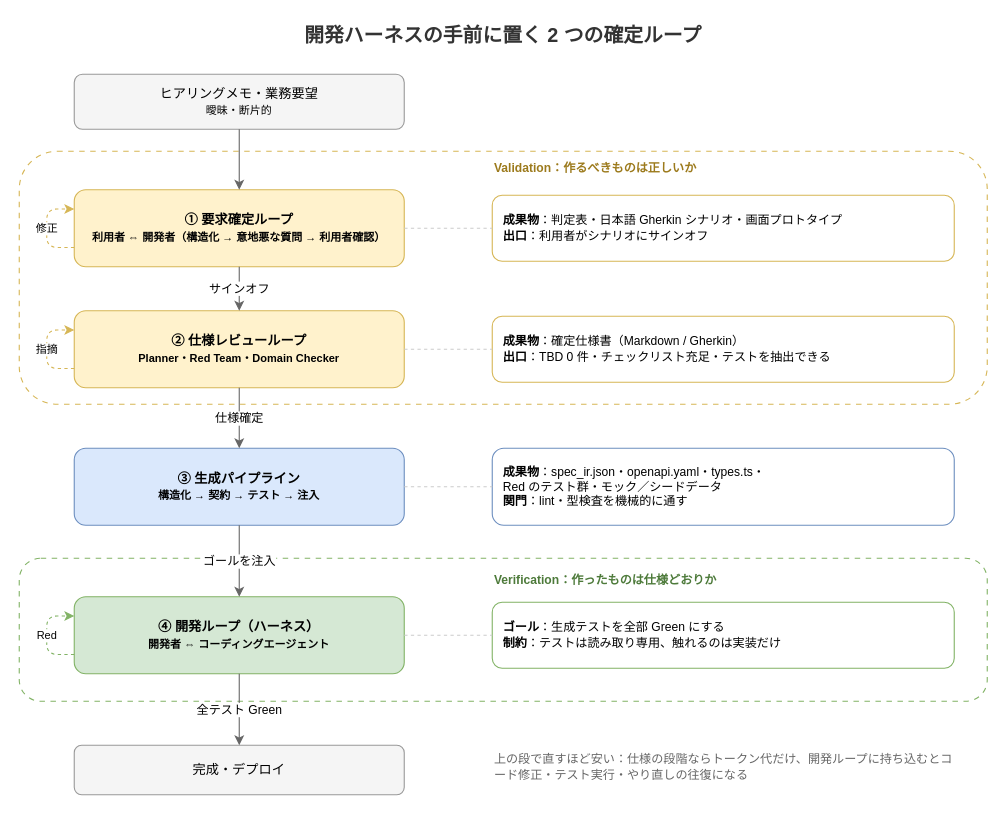
This is static/images/requirements-spec-loop-overview.drawio from hdknr/blogs, a draw.io file, before an edit. Source tidied: cells renumbered, new cells numbered last; positions are measured from the earlier drawing's top-left corner, leaving out a move shared by most shapes. Both pictures are drawn from the tidied source at 110%, with x=0, y=0 at pixel (19, 19).
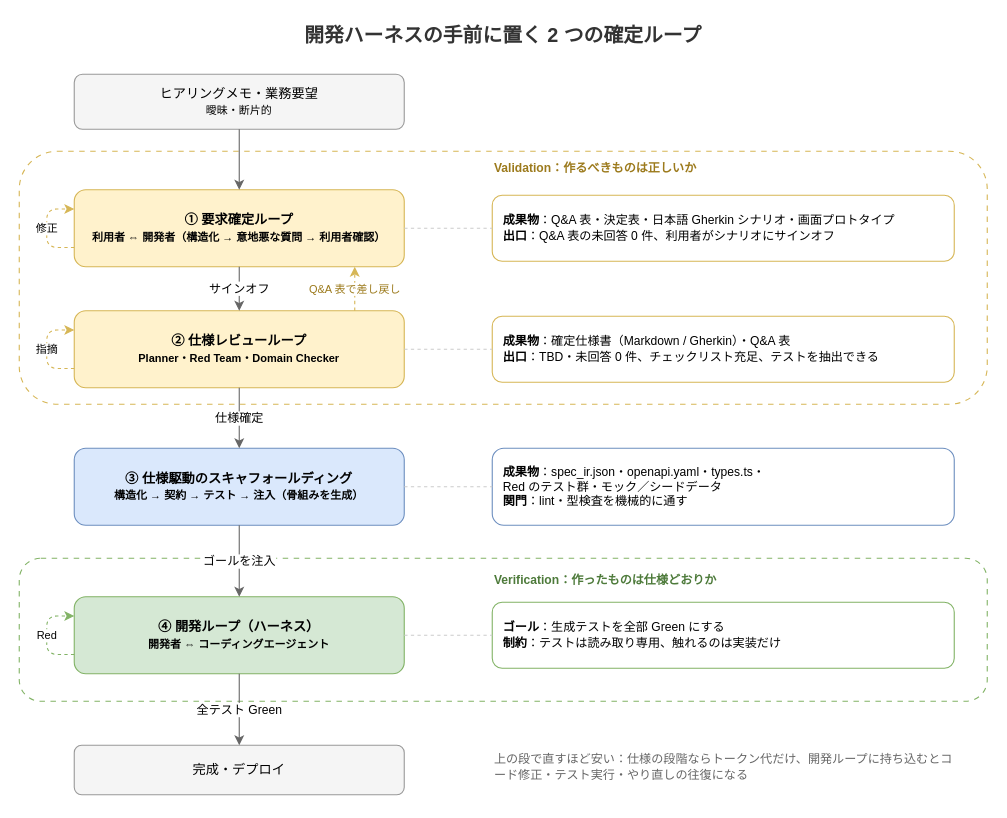
The same diagram, later.

Unchanged cells that the change refers to:
```xml
<mxCell id="6" value="① 要求確定ループ&lt;br&gt;&lt;font style=&quot;font-size:10px&quot;&gt;利用者 ⇔ 開発者（構造化 → 意地悪な質問 → 利用者確認）&lt;/font&gt;" style="rounded=1;whiteSpace=wrap;html=1;fillColor=#fff2cc;strokeColor=#d6b656;fontSize=12;fontStyle=1;" parent="1" vertex="1">
  <mxGeometry x="50" y="155" width="300" height="70" as="geometry" />
</mxCell>
<mxCell id="8" value="② 仕様レビューループ&lt;br&gt;&lt;font style=&quot;font-size:10px&quot;&gt;Planner・Red Team・Domain Checker&lt;/font&gt;" style="rounded=1;whiteSpace=wrap;html=1;fillColor=#fff2cc;strokeColor=#d6b656;fontSize=12;fontStyle=1;" parent="1" vertex="1">
  <mxGeometry x="50" y="265" width="300" height="70" as="geometry" />
</mxCell>
```

What changed in the source:
```diff
@@
-    <mxCell id="7" value="&lt;b&gt;成果物&lt;/b&gt;：判定表・日本語 Gherkin シナリオ・画面プロトタイプ&lt;br&gt;&lt;b&gt;出口&lt;/b&gt;：利用者がシナリオにサインオフ" style="rounded=1;whiteSpace=wrap;html=1;fillColor=#ffffff;strokeColor=#d6b656;fontSize=11;align=left;spacingLeft=8;" parent="1" vertex="1">
+    <mxCell id="7" value="&lt;b&gt;成果物&lt;/b&gt;：Q&amp;amp;A 表・決定表・日本語 Gherkin シナリオ・画面プロトタイプ&lt;br&gt;&lt;b&gt;出口&lt;/b&gt;：Q&amp;amp;A 表の未回答 0 件、利用者がシナリオにサインオフ" style="rounded=1;whiteSpace=wrap;html=1;fillColor=#ffffff;strokeColor=#d6b656;fontSize=11;align=left;spacingLeft=8;" parent="1" vertex="1">
       <mxGeometry x="430" y="160" width="420" height="60" as="geometry" />
     </mxCell>
@@
-    <mxCell id="9" value="&lt;b&gt;成果物&lt;/b&gt;：確定仕様書（Markdown / Gherkin）&lt;br&gt;&lt;b&gt;出口&lt;/b&gt;：TBD 0 件・チェックリスト充足・テストを抽出できる" style="rounded=1;whiteSpace=wrap;html=1;fillColor=#ffffff;strokeColor=#d6b656;fontSize=11;align=left;spacingLeft=8;" parent="1" vertex="1">
+    <mxCell id="9" value="&lt;b&gt;成果物&lt;/b&gt;：確定仕様書（Markdown / Gherkin）・Q&amp;amp;A 表&lt;br&gt;&lt;b&gt;出口&lt;/b&gt;：TBD・未回答 0 件、チェックリスト充足、テストを抽出できる" style="rounded=1;whiteSpace=wrap;html=1;fillColor=#ffffff;strokeColor=#d6b656;fontSize=11;align=left;spacingLeft=8;" parent="1" vertex="1">
       <mxGeometry x="430" y="270" width="420" height="60" as="geometry" />
     </mxCell>
-    <mxCell id="10" value="③ 生成パイプライン&lt;br&gt;&lt;font style=&quot;font-size:10px&quot;&gt;構造化 → 契約 → テスト → 注入&lt;/font&gt;" style="rounded=1;whiteSpace=wrap;html=1;fillColor=#dae8fc;strokeColor=#6c8ebf;fontSize=12;fontStyle=1;" parent="1" vertex="1">
+    <mxCell id="10" value="③ 仕様駆動のスキャフォールディング&lt;br&gt;&lt;font style=&quot;font-size:10px&quot;&gt;構造化 → 契約 → テスト → 注入（骨組みを生成）&lt;/font&gt;" style="rounded=1;whiteSpace=wrap;html=1;fillColor=#dae8fc;strokeColor=#6c8ebf;fontSize=12;fontStyle=1;" parent="1" vertex="1">
       <mxGeometry x="50" y="390" width="300" height="70" as="geometry" />
     </mxCell>
@@
+    <mxCell id="30" value="Q&amp;amp;A 表で差し戻し" style="endArrow=classic;html=1;rounded=0;strokeColor=#d6b656;dashed=1;fontSize=10;fontColor=#9c7a1c;labelBackgroundColor=#ffffff;exitX=0.85;exitY=0;exitDx=0;exitDy=0;entryX=0.85;entryY=1;entryDx=0;entryDy=0;" parent="1" edge="1" source="8" target="6">
+      <mxGeometry relative="1" as="geometry" />
+    </mxCell>
```
